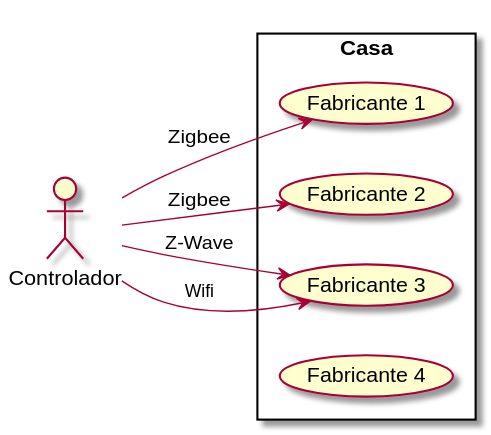
Earlier version of the PlantUML export casos-de-uso/caso-1.svg (gavioto/tfg-images).
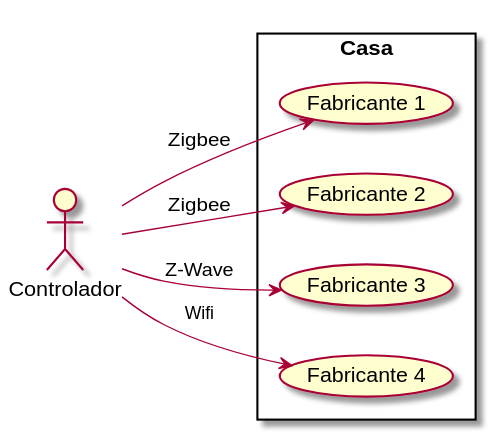
Later version of the same file.

Commit message:
Generate SVG and PNG images for PlantUML diagrams

Change to the diagram source:
```diff
@@ -10,5 +10,5 @@
 fc --> UC1 : Zigbee
 fc --> UC2 : Zigbee
 fc --> UC3 : Z-Wave
-fc --> UC3 : Wifi
+fc --> UC4 : Wifi
 @enduml
```
